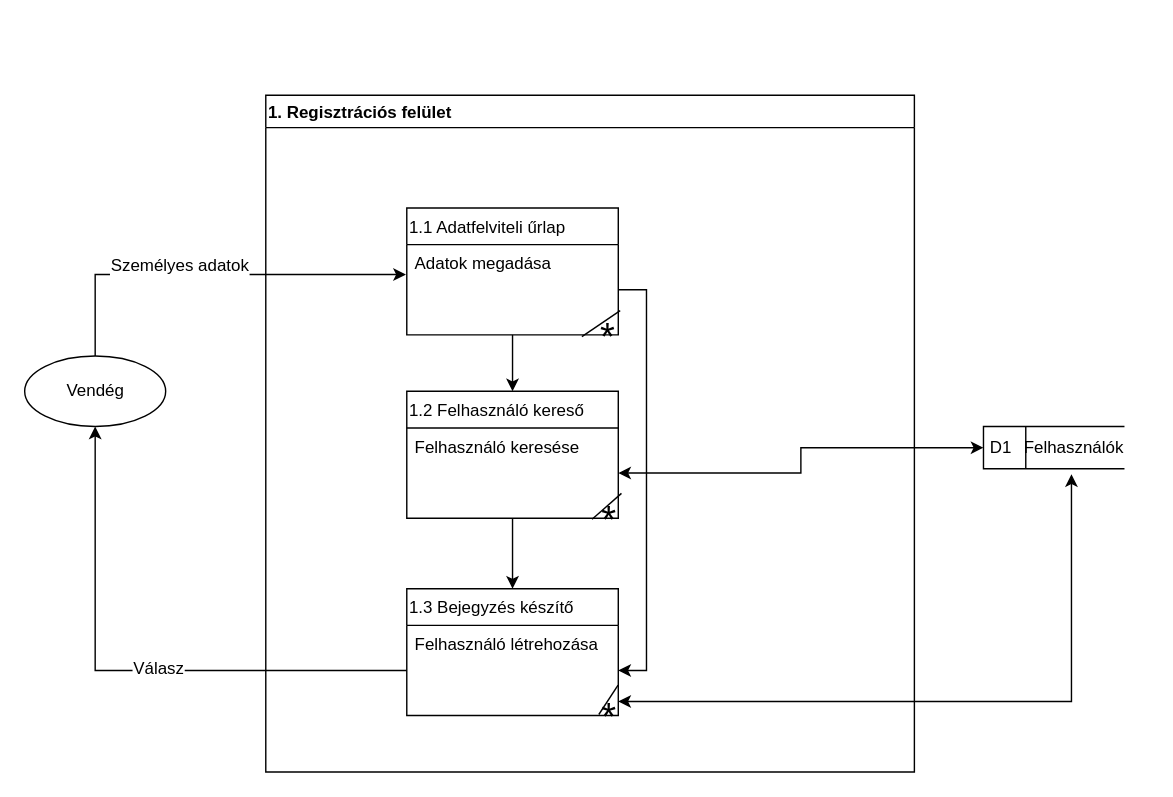
Dzseta/Adatbazis-alapu-rendszerek keeps this draw.io diagram as page "Page-2" (2 of 5) of dfd.drawio. Above is the earlier version. Source tidied: cells renumbered, new cells numbered last; positions are measured from the earlier drawing's top-left corner, leaving out a move shared by most shapes. Both pictures are drawn from the tidied source at 141%, with x=0, y=0 at pixel (24, 94).
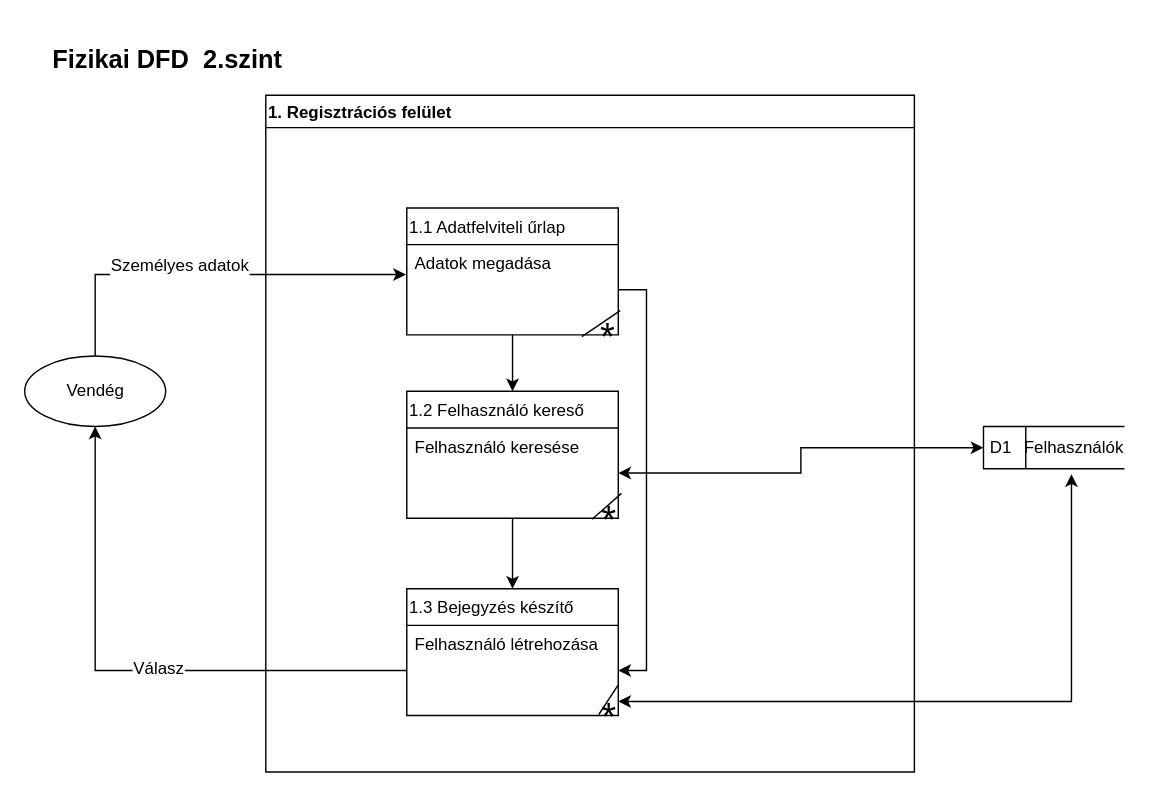
Above is the later version.

Change to the diagram source:
```diff
@@
+    <mxCell id="27" value="&lt;h2&gt;Fizikai DFD&amp;nbsp; 2.szint&lt;/h2&gt;" style="text;html=1;align=center;verticalAlign=middle;" parent="1" vertex="1">
+      <mxGeometry x="11" y="-50" width="180" height="50" as="geometry" />
+    </mxCell>
```
